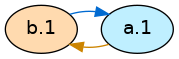
The Graphviz diagram lib/graphs/arg_pw1_graph_colored.png in idaks/Games-and-Argumentation, before a commit. Its source is kept beside it as lib/graphs/arg_pw1_graph_colored.dot.
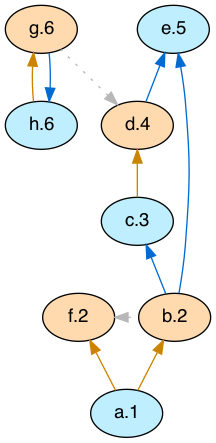
The same file after the commit.

The edit, as a diff of the source:
```diff
@@ -2,13 +2,29 @@
   rankdir="TB"
   node [shape=oval style=filled fontname=Helvetica fontsize=14]
   node [fillcolor="#ffdaaf" fontcolor="#000000"]
-       b[label="b.1"]
+       b[label="b.2"]
+       f[label="f.2"]
+       d[label="d.4"]
+       g[label="g.6"]
   node [fillcolor="#bfefff" fontcolor="#000000"]
        a[label="a.1"]
+       c[label="c.3"]
+       e[label="e.5"]
+       h[label="h.6"]
   edge [dir=back color="#cc8400" style="solid"]
         "b" -> "a"
+        "f" -> "a"
+        "d" -> "c"
+        "g" -> "h"
   edge [dir=back color="#006ad1" style="solid"]
-        "a" -> "b"
+        "c" -> "b"
+        "e" -> "b"
+        "e" -> "d"
+        "h" -> "g"
+  edge [dir=back color="#b7b7b7" style="dotted" constraint=false]
+        "f" -> "b"
+        "d" -> "g"
 
-  {rank = max b a}
+  {rank = max a}
+  {rank = min e}
 }
```
